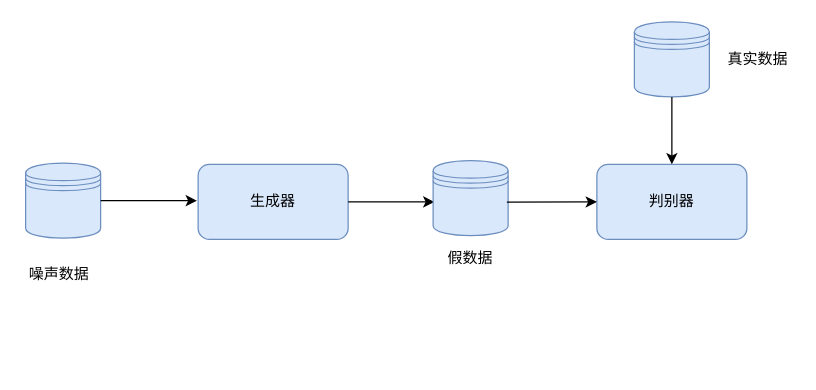
Above: gen_dis.drawio in ChenaniahMe/codes (draw.io), before the change. Source tidied: cells renumbered, new cells numbered last; positions are measured from the earlier drawing's top-left corner, leaving out a move shared by most shapes. Both pictures are drawn from the tidied source at 125%, with x=0, y=0 at pixel (21, 21).
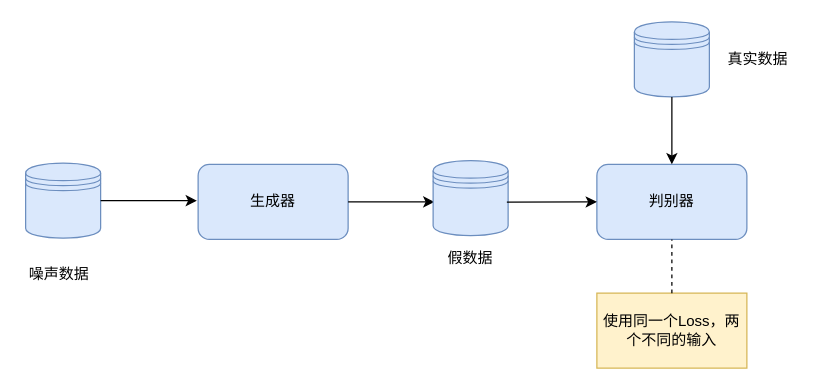
After the change.

The edit, as a diff of the source:
```diff
@@
 <mxGraphModel>
   <root>
     <mxCell id="0" />
     <mxCell id="1" parent="0" />
     <mxCell id="2" value="生成器" style="rounded=1;whiteSpace=wrap;html=1;fillColor=#dae8fc;strokeColor=#6c8ebf;" parent="1" vertex="1">
       <mxGeometry x="141" y="114" width="120" height="60" as="geometry" />
     </mxCell>
     <mxCell id="3" value="判别器" style="rounded=1;whiteSpace=wrap;html=1;fillColor=#dae8fc;strokeColor=#6c8ebf;" parent="1" vertex="1">
       <mxGeometry x="460" y="114" width="120" height="60" as="geometry" />
     </mxCell>
     <mxCell id="4" style="endArrow=classic;html=1;rounded=0;exitX=1;exitY=0.5;exitDx=0;exitDy=0;" parent="1" edge="1" source="2">
       <mxGeometry relative="1" as="geometry">
         <mxPoint x="330" y="144" as="targetPoint" />
       </mxGeometry>
     </mxCell>
     <mxCell id="5" style="shape=datastore;whiteSpace=wrap;html=1;fillColor=#dae8fc;strokeColor=#6c8ebf;" parent="1" vertex="1">
       <mxGeometry x="3" y="113" width="60" height="60" as="geometry" />
     </mxCell>
     <mxCell id="6" value="噪声数据" style="text;html=1;strokeColor=none;fillColor=none;align=center;verticalAlign=middle;whiteSpace=wrap;rounded=0;" parent="1" vertex="1">
       <mxGeometry y="187" width="60" height="30" as="geometry" />
     </mxCell>
     <mxCell id="7" style="shape=datastore;whiteSpace=wrap;html=1;fillColor=#dae8fc;strokeColor=#6c8ebf;" parent="1" vertex="1">
       <mxGeometry x="490" width="60" height="60" as="geometry" />
     </mxCell>
     <mxCell id="8" value="真实数据" style="text;html=1;strokeColor=none;fillColor=none;align=center;verticalAlign=middle;whiteSpace=wrap;rounded=0;" parent="1" vertex="1">
       <mxGeometry x="559" y="15" width="60" height="30" as="geometry" />
     </mxCell>
     <mxCell id="9" style="endArrow=classic;html=1;rounded=0;entryX=0.5;entryY=0;entryDx=0;entryDy=0;exitX=0.5;exitY=1;exitDx=0;exitDy=0;" parent="1" edge="1" source="7" target="3">
       <mxGeometry relative="1" as="geometry" />
     </mxCell>
     <mxCell id="10" style="endArrow=classic;html=1;rounded=0;exitX=1;exitY=0.5;exitDx=0;exitDy=0;" parent="1" edge="1" source="5">
       <mxGeometry relative="1" as="geometry">
         <mxPoint x="140" y="143" as="targetPoint" />
       </mxGeometry>
     </mxCell>
     <mxCell id="11" style="shape=datastore;whiteSpace=wrap;html=1;fillColor=#dae8fc;strokeColor=#6c8ebf;" parent="1" vertex="1">
       <mxGeometry x="329" y="111" width="60" height="60" as="geometry" />
     </mxCell>
     <mxCell id="12" value="假数据" style="text;html=1;strokeColor=none;fillColor=none;align=center;verticalAlign=middle;whiteSpace=wrap;rounded=0;" parent="1" vertex="1">
       <mxGeometry x="329" y="174" width="60" height="30" as="geometry" />
     </mxCell>
     <mxCell id="13" style="endArrow=classic;html=1;rounded=0;entryX=0;entryY=0.5;entryDx=0;entryDy=0;" parent="1" edge="1" target="3">
       <mxGeometry relative="1" as="geometry">
         <mxPoint x="388" y="144.2" as="sourcePoint" />
       </mxGeometry>
     </mxCell>
+    <mxCell id="14" value="使用同一个Loss，两个不同的输入" style="rounded=0;whiteSpace=wrap;html=1;fillColor=#fff2cc;strokeColor=#d6b656;" parent="1" vertex="1">
+      <mxGeometry x="460" y="217" width="120" height="60" as="geometry" />
+    </mxCell>
+    <mxCell id="15" style="endArrow=none;dashed=1;html=1;rounded=0;entryX=0.5;entryY=1;entryDx=0;entryDy=0;exitX=0.5;exitY=0;exitDx=0;exitDy=0;" parent="1" edge="1" source="14" target="3">
+      <mxGeometry relative="1" as="geometry" />
+    </mxCell>
   </root>
 </mxGraphModel>
```
